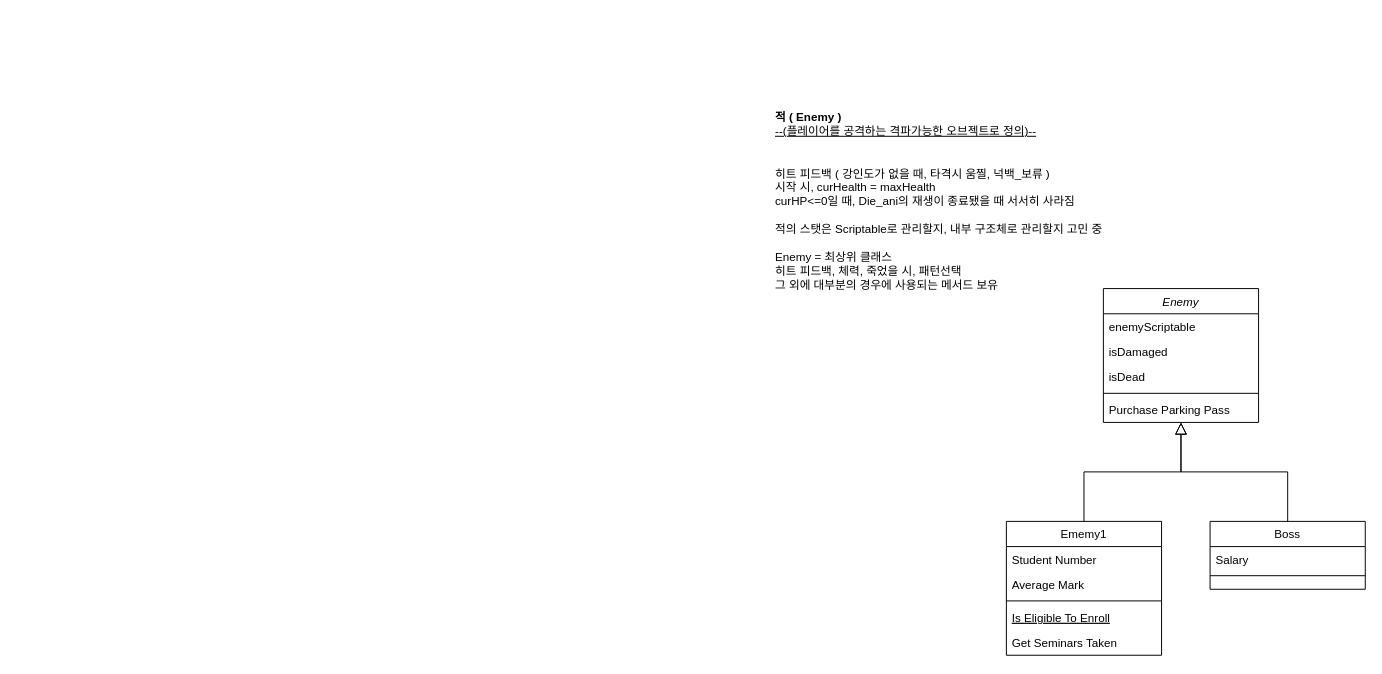
Above: Capstone_Monster.drawio in hu4nana/ClassIdeas (draw.io), before the change. Source tidied: cells renumbered, new cells numbered last; positions are measured from the earlier drawing's top-left corner, leaving out a move shared by most shapes. Both pictures are drawn from the tidied source at 97%, with x=0, y=0 at pixel (773, 16).
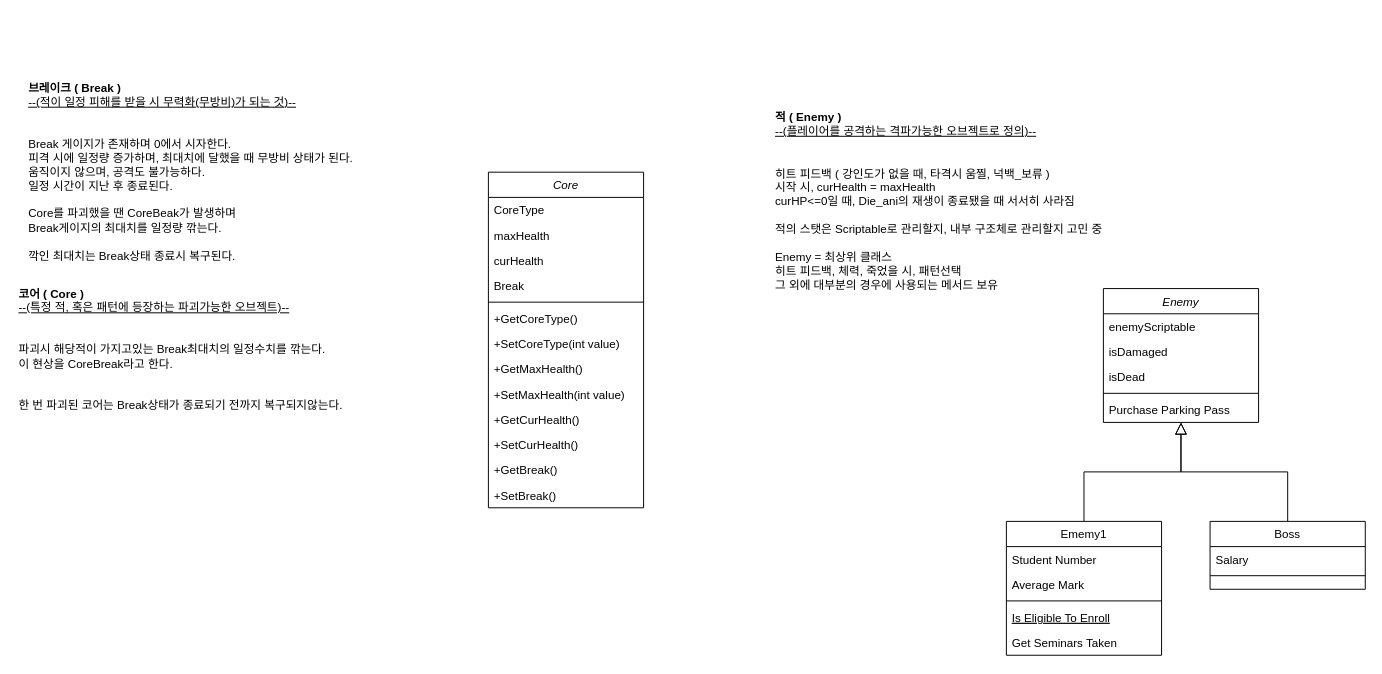
The same page after the edit.

Change to the diagram source:
```diff
@@
+    <mxCell id="20" value="Core" style="swimlane;fontStyle=2;align=center;verticalAlign=top;horizontal=1;startSize=26;rounded=0;shadow=0;strokeWidth=1;" parent="1" vertex="1">
+      <mxGeometry x="-294" y="160" width="160" height="346" as="geometry" />
+    </mxCell>
+    <mxCell id="21" value="CoreType" style="text;align=left;verticalAlign=top;spacingLeft=4;spacingRight=4;overflow=hidden;" parent="20" vertex="1">
+      <mxGeometry y="26" width="160" height="26" as="geometry" />
+    </mxCell>
+    <mxCell id="22" value="maxHealth" style="text;align=left;verticalAlign=top;spacingLeft=4;spacingRight=4;overflow=hidden;rounded=0;shadow=0;html=0;" parent="20" vertex="1">
+      <mxGeometry y="52" width="160" height="26" as="geometry" />
+    </mxCell>
+    <mxCell id="23" value="curHealth" style="text;align=left;verticalAlign=top;spacingLeft=4;spacingRight=4;overflow=hidden;rounded=0;shadow=0;html=0;" parent="20" vertex="1">
+      <mxGeometry y="78" width="160" height="26" as="geometry" />
+    </mxCell>
+    <mxCell id="24" value="Break" style="text;align=left;verticalAlign=top;spacingLeft=4;spacingRight=4;overflow=hidden;rounded=0;shadow=0;html=0;" parent="20" vertex="1">
+      <mxGeometry y="104" width="160" height="26" as="geometry" />
+    </mxCell>
+    <mxCell id="25" style="line;html=1;strokeWidth=1;align=left;verticalAlign=middle;spacingTop=-1;spacingLeft=3;spacingRight=3;labelPosition=right;" parent="20" vertex="1">
+      <mxGeometry y="130" width="160" height="8" as="geometry" />
+    </mxCell>
+    <mxCell id="26" value="+GetCoreType()" style="text;align=left;verticalAlign=top;spacingLeft=4;spacingRight=4;overflow=hidden;" parent="20" vertex="1">
+      <mxGeometry y="138" width="160" height="26" as="geometry" />
+    </mxCell>
+    <mxCell id="27" value="+SetCoreType(int value)" style="text;align=left;verticalAlign=top;spacingLeft=4;spacingRight=4;overflow=hidden;" parent="20" vertex="1">
+      <mxGeometry y="164" width="160" height="26" as="geometry" />
+    </mxCell>
+    <mxCell id="28" value="+GetMaxHealth()" style="text;align=left;verticalAlign=top;spacingLeft=4;spacingRight=4;overflow=hidden;" parent="20" vertex="1">
+      <mxGeometry y="190" width="160" height="26" as="geometry" />
+    </mxCell>
+    <mxCell id="29" value="+SetMaxHealth(int value)" style="text;align=left;verticalAlign=top;spacingLeft=4;spacingRight=4;overflow=hidden;" parent="20" vertex="1">
+      <mxGeometry y="216" width="160" height="26" as="geometry" />
+    </mxCell>
+    <mxCell id="30" value="+GetCurHealth()" style="text;align=left;verticalAlign=top;spacingLeft=4;spacingRight=4;overflow=hidden;" parent="20" vertex="1">
+      <mxGeometry y="242" width="160" height="26" as="geometry" />
+    </mxCell>
+    <mxCell id="31" value="+SetCurHealth()" style="text;align=left;verticalAlign=top;spacingLeft=4;spacingRight=4;overflow=hidden;" parent="20" vertex="1">
+      <mxGeometry y="268" width="160" height="26" as="geometry" />
+    </mxCell>
+    <mxCell id="32" value="+GetBreak()" style="text;align=left;verticalAlign=top;spacingLeft=4;spacingRight=4;overflow=hidden;" parent="20" vertex="1">
+      <mxGeometry y="294" width="160" height="26" as="geometry" />
+    </mxCell>
+    <mxCell id="33" value="+SetBreak()" style="text;align=left;verticalAlign=top;spacingLeft=4;spacingRight=4;overflow=hidden;" parent="20" vertex="1">
+      <mxGeometry y="320" width="160" height="26" as="geometry" />
+    </mxCell>
+    <mxCell id="34" value="&lt;b&gt;코어 ( Core )&lt;/b&gt;&lt;br&gt;&lt;u style=&quot;&quot;&gt;--(특정 적, 혹은 패턴에 등장하는 파괴가능한 오브젝트)--&lt;/u&gt;&lt;br&gt;&lt;br&gt;&lt;br&gt;파괴시 해당적이 가지고있는 Break최대치의 일정수치를 깎는다.&lt;br&gt;이 현상을 CoreBreak라고 한다.&lt;br&gt;&lt;br&gt;&lt;br&gt;한 번 파괴된 코어는 Break상태가 종료되기 전까지 복구되지않는다." style="text;html=1;strokeColor=none;fillColor=none;align=left;verticalAlign=middle;whiteSpace=wrap;rounded=0;" parent="1" vertex="1">
+      <mxGeometry x="-780" y="268" width="390" height="150" as="geometry" />
+    </mxCell>
+    <mxCell id="35" value="&lt;b&gt;브레이크 ( Break )&lt;/b&gt;&lt;br&gt;&lt;u style=&quot;&quot;&gt;--(적이 일정 피해를 받을 시 무력화(무방비)가 되는 것)--&lt;/u&gt;&lt;br&gt;&lt;br&gt;&lt;br&gt;Break 게이지가 존재하며 0에서 시자한다.&lt;br&gt;피격 시에 일정량 증가하며, 최대치에 달했을 때 무방비 상태가 된다.&lt;br&gt;움직이지 않으며, 공격도 불가능하다.&lt;br&gt;일정 시간이 지난 후 종료된다.&lt;br&gt;&lt;br&gt;Core를 파괴했을 땐 CoreBeak가 발생하며&lt;br&gt;Break게이지의 최대치를 일정량 깎는다.&lt;br&gt;&lt;br&gt;깍인 최대치는 Break상태 종료시 복구된다." style="text;html=1;strokeColor=none;fillColor=none;align=left;verticalAlign=middle;whiteSpace=wrap;rounded=0;" parent="1" vertex="1">
+      <mxGeometry x="-770" y="60" width="390" height="200" as="geometry" />
+    </mxCell>
```
